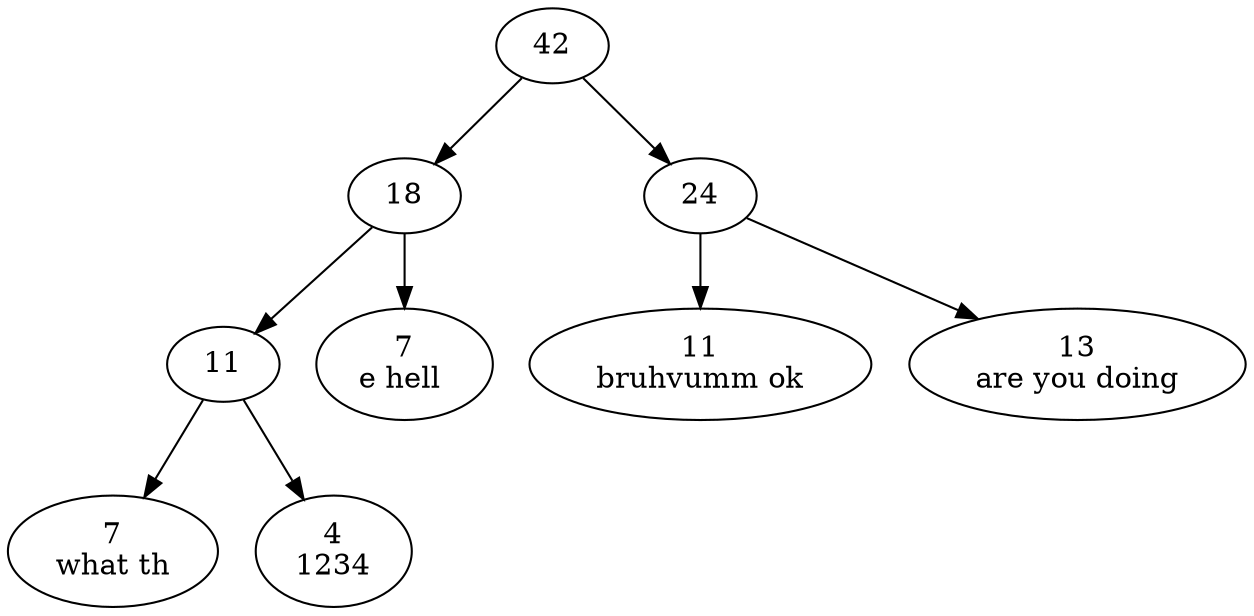
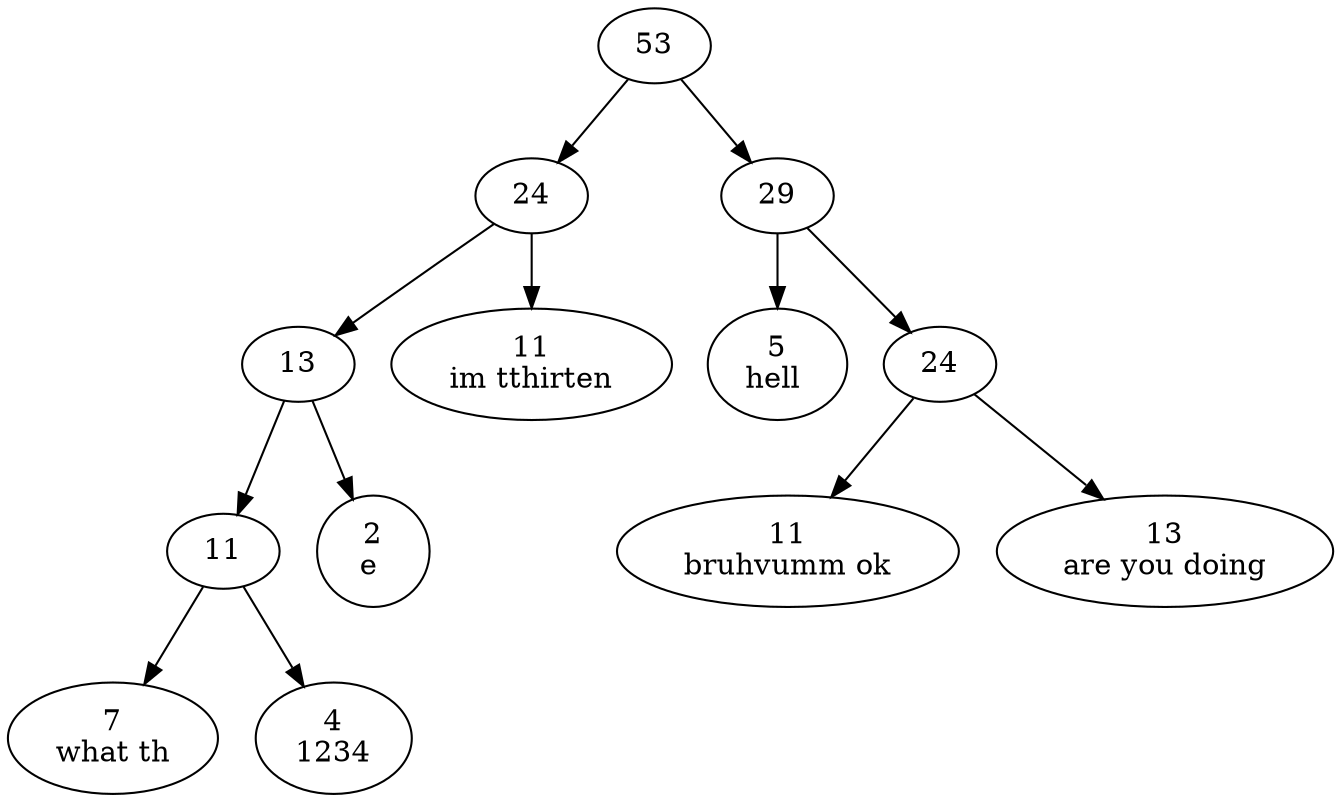
digraph {
- node0 [label="42"];
- node1 [label="18"];
- node2 [label="11"];
- node3 [label="7\nwhat th"];
+ node0 [label="53"];
+ node1 [label="24"];
+ node2 [label="13"];
+ node3 [label="11"];
+ node4 [label="7\nwhat th"];
+ node3 -> node4
+ node5 [label="4\n1234"];
+ node3 -> node5
node2 -> node3
- node4 [label="4\n1234"];
- node2 -> node4
+ node6 [label="2\ne "];
+ node2 -> node6
node1 -> node2
- node5 [label="7\ne hell "];
- node1 -> node5
+ node7 [label="11\nim tthirten"];
+ node1 -> node7
node0 -> node1
- node6 [label="24"];
- node7 [label="11\nbruhvumm ok"];
- node6 -> node7
- node8 [label="13\nare you doing"];
- node6 -> node8
- node0 -> node6
+ node8 [label="29"];
+ node9 [label="5\nhell "];
+ node8 -> node9
+ node10 [label="24"];
+ node11 [label="11\nbruhvumm ok"];
+ node10 -> node11
+ node12 [label="13\nare you doing"];
+ node10 -> node12
+ node8 -> node10
+ node0 -> node8
}
